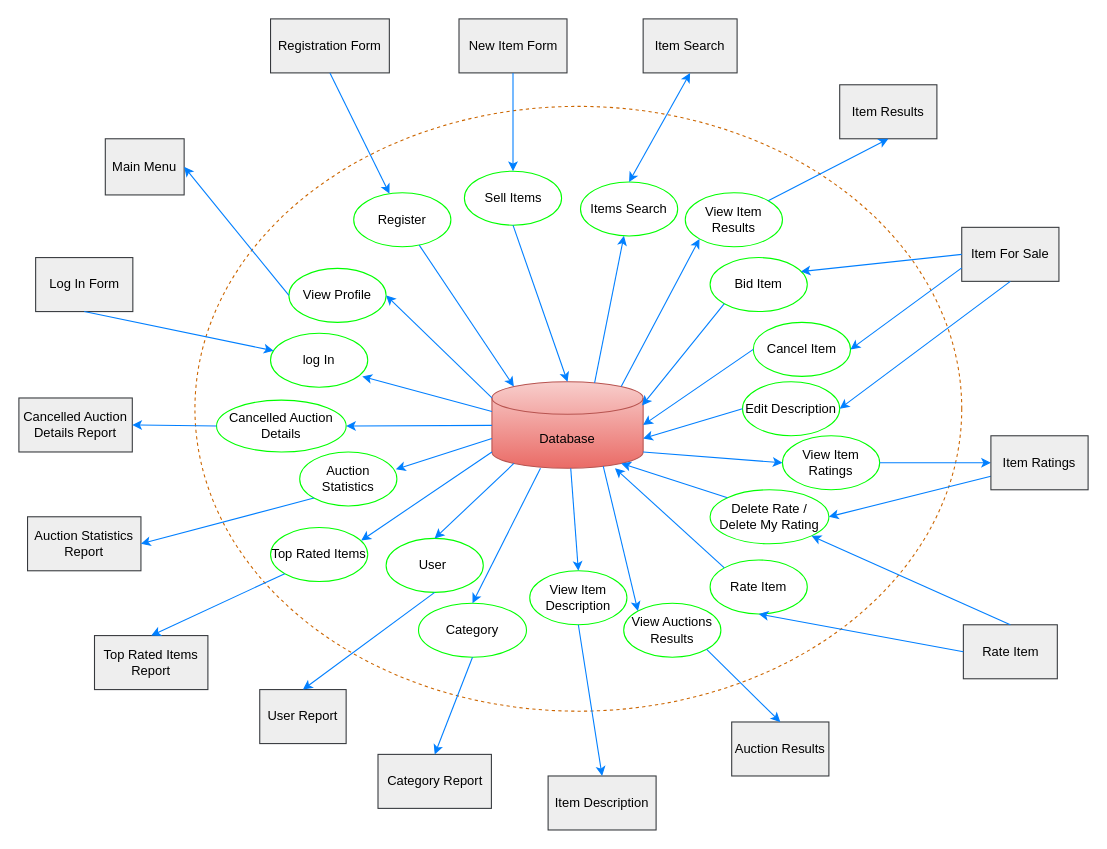
This is IFD_BuzzBid.drawio from jobanyv9/6400_DatbaseDesign, a draw.io file, before an edit. Source tidied: cells renumbered, new cells numbered last; positions are measured from the earlier drawing's top-left corner, leaving out a move shared by most shapes. Both pictures are drawn from the tidied source at 108%, with x=0, y=0 at pixel (18, 18).
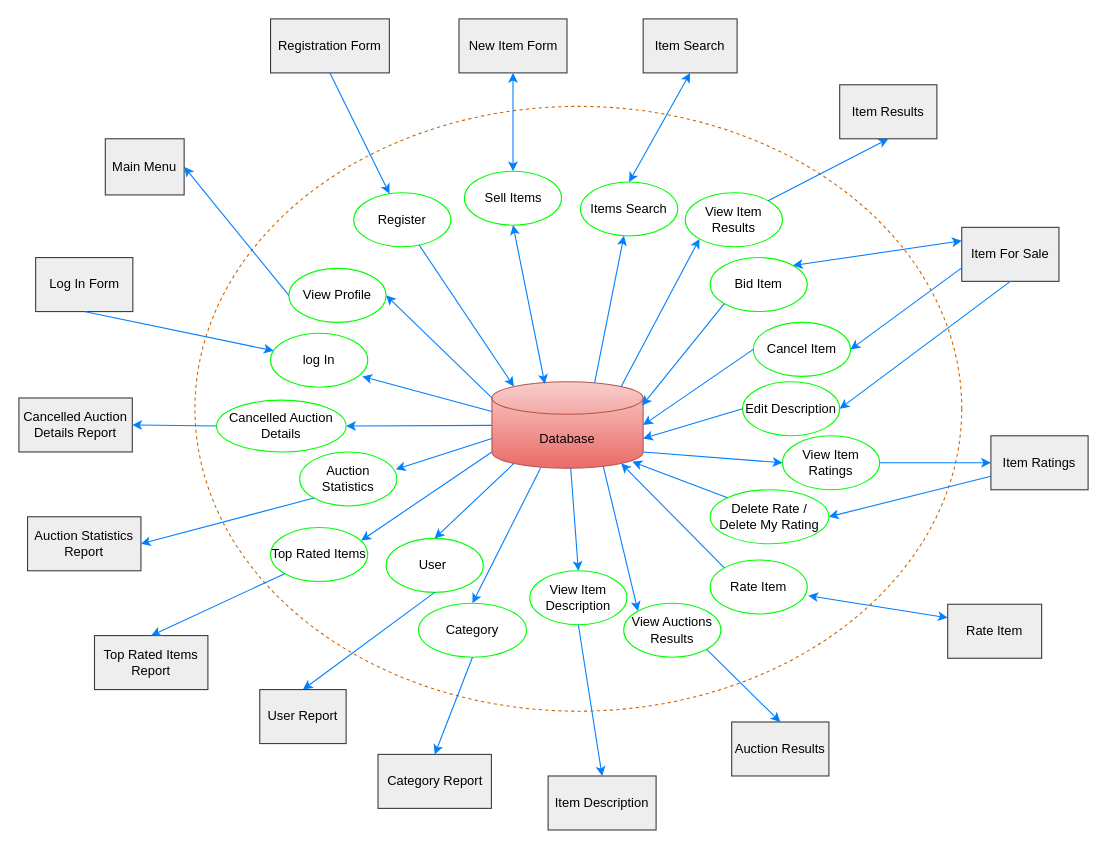
After the change.

Unchanged cells that the change refers to:
```xml
<mxCell id="3" value="Database" style="shape=cylinder3;whiteSpace=wrap;html=1;boundedLbl=1;backgroundOutline=1;size=15;fillColor=#f8cecc;strokeColor=#b85450;gradientColor=#ea6b66;" parent="1" vertex="1">
  <mxGeometry x="438" y="336" width="140" height="80" as="geometry" />
</mxCell>
<mxCell id="7" value="Sell Items" style="ellipse;whiteSpace=wrap;html=1;strokeColor=#00FF00;" parent="1" vertex="1">
  <mxGeometry x="412.5" y="141" width="90" height="50" as="geometry" />
</mxCell>
<mxCell id="25" value="New Item Form" style="rounded=0;whiteSpace=wrap;html=1;fillColor=#eeeeee;strokeColor=#36393d;" parent="1" vertex="1">
  <mxGeometry x="407.5" width="100" height="50" as="geometry" />
</mxCell>
<mxCell id="28" value="Item For Sale" style="rounded=0;whiteSpace=wrap;html=1;fillColor=#eeeeee;strokeColor=#36393d;" parent="1" vertex="1">
  <mxGeometry x="873" y="193" width="90" height="50" as="geometry" />
</mxCell>
<mxCell id="30" value="Bid Item" style="ellipse;whiteSpace=wrap;html=1;strokeColor=#00FF00;" parent="1" vertex="1">
  <mxGeometry x="640" y="221" width="90" height="50" as="geometry" />
</mxCell>
<mxCell id="63" value="Delete Rate / Delete My Rating" style="ellipse;whiteSpace=wrap;html=1;strokeColor=#00FF00;" parent="1" vertex="1">
  <mxGeometry x="640" y="436" width="110" height="50" as="geometry" />
</mxCell>
<mxCell id="64" value="Rate Item" style="ellipse;whiteSpace=wrap;html=1;strokeColor=#00FF00;" parent="1" vertex="1">
  <mxGeometry x="640" y="501" width="90" height="50" as="geometry" />
</mxCell>
```

What changed in the source:
```diff
@@
-    <mxCell id="16" style="endArrow=classic;html=1;rounded=0;exitX=0.5;exitY=1;exitDx=0;exitDy=0;curved=0;strokeColor=#007FFF;entryX=0.5;entryY=0;entryDx=0;entryDy=0;entryPerimeter=0;" parent="1" edge="1" source="7" target="3">
-      <mxGeometry relative="1" as="geometry" />
-    </mxCell>
@@
-    <mxCell id="26" style="endArrow=classic;html=1;rounded=0;exitX=0.5;exitY=1;exitDx=0;exitDy=0;strokeColor=#007FFF;entryX=0.5;entryY=0;entryDx=0;entryDy=0;" parent="1" edge="1" source="25" target="7">
-      <mxGeometry relative="1" as="geometry" />
-    </mxCell>
@@
-    <mxCell id="33" style="endArrow=classic;html=1;rounded=0;entryX=0.933;entryY=0.26;entryDx=0;entryDy=0;entryPerimeter=0;strokeColor=#007FFF;exitX=0;exitY=0.5;exitDx=0;exitDy=0;" parent="1" edge="1" source="28" target="30">
-      <mxGeometry relative="1" as="geometry" />
-    </mxCell>
@@
     <mxCell id="37" value="Rate Item" style="rounded=0;whiteSpace=wrap;html=1;fillColor=#eeeeee;strokeColor=#36393d;" parent="1" vertex="1">
-      <mxGeometry x="874.5" y="561" width="87" height="50" as="geometry" />
+      <mxGeometry x="860" y="542" width="87" height="50" as="geometry" />
     </mxCell>
@@
-    <mxCell id="68" style="endArrow=classic;html=1;rounded=0;entryX=0.855;entryY=1;entryDx=0;entryDy=-4.35;exitX=0;exitY=0;exitDx=0;exitDy=0;strokeColor=#007FFF;entryPerimeter=0;" parent="1" edge="1" source="63" target="3">
+    <mxCell id="68" style="endArrow=classic;html=1;rounded=0;entryX=0.929;entryY=0.925;entryDx=0;entryDy=0;exitX=0;exitY=0;exitDx=0;exitDy=0;strokeColor=#007FFF;entryPerimeter=0;" parent="1" edge="1" source="63" target="3">
       <mxGeometry relative="1" as="geometry" />
     </mxCell>
-    <mxCell id="69" style="endArrow=classic;html=1;rounded=0;exitX=0;exitY=0;exitDx=0;exitDy=0;strokeColor=#007FFF;" parent="1" edge="1" source="64" target="3">
+    <mxCell id="69" style="endArrow=classic;html=1;rounded=0;exitX=0;exitY=0;exitDx=0;exitDy=0;strokeColor=#007FFF;entryX=0.855;entryY=1;entryDx=0;entryDy=-4.35;entryPerimeter=0;" parent="1" edge="1" source="64" target="3">
       <mxGeometry relative="1" as="geometry" />
     </mxCell>
-    <mxCell id="70" style="endArrow=classic;html=1;rounded=0;entryX=0.5;entryY=1;entryDx=0;entryDy=0;exitX=0;exitY=0.5;exitDx=0;exitDy=0;strokeColor=#007FFF;" parent="1" edge="1" source="37" target="64">
-      <mxGeometry relative="1" as="geometry" />
-    </mxCell>
@@
-    <mxCell id="77" style="endArrow=classic;html=1;rounded=0;entryX=1;entryY=1;entryDx=0;entryDy=0;exitX=0.5;exitY=0;exitDx=0;exitDy=0;strokeColor=#007FFF;" parent="1" edge="1" source="37" target="63">
-      <mxGeometry relative="1" as="geometry" />
-    </mxCell>
+    <mxCell id="78" style="endArrow=classic;startArrow=classic;html=1;rounded=0;entryX=0.5;entryY=1;entryDx=0;entryDy=0;exitX=0.5;exitY=0;exitDx=0;exitDy=0;strokeColor=#007FFF;" parent="1" edge="1" source="7" target="25">
+      <mxGeometry relative="1" as="geometry" />
+    </mxCell>
+    <mxCell id="79" style="endArrow=classic;startArrow=classic;html=1;rounded=0;entryX=0.5;entryY=1;entryDx=0;entryDy=0;exitX=0.35;exitY=0.025;exitDx=0;exitDy=0;strokeColor=#007FFF;exitPerimeter=0;" parent="1" edge="1" source="3" target="7">
+      <mxGeometry relative="1" as="geometry" />
+    </mxCell>
+    <mxCell id="80" style="endArrow=classic;startArrow=classic;html=1;rounded=0;entryX=0;entryY=0.25;entryDx=0;entryDy=0;exitX=1;exitY=0;exitDx=0;exitDy=0;strokeColor=#007FFF;" parent="1" edge="1" source="30" target="28">
+      <mxGeometry relative="1" as="geometry" />
+    </mxCell>
+    <mxCell id="70" style="endArrow=classic;startArrow=classic;html=1;rounded=0;entryX=1.011;entryY=0.66;entryDx=0;entryDy=0;exitX=0;exitY=0.25;exitDx=0;exitDy=0;strokeColor=#007FFF;entryPerimeter=0;" parent="1" edge="1" source="37" target="64">
+      <mxGeometry relative="1" as="geometry" />
+    </mxCell>
```
